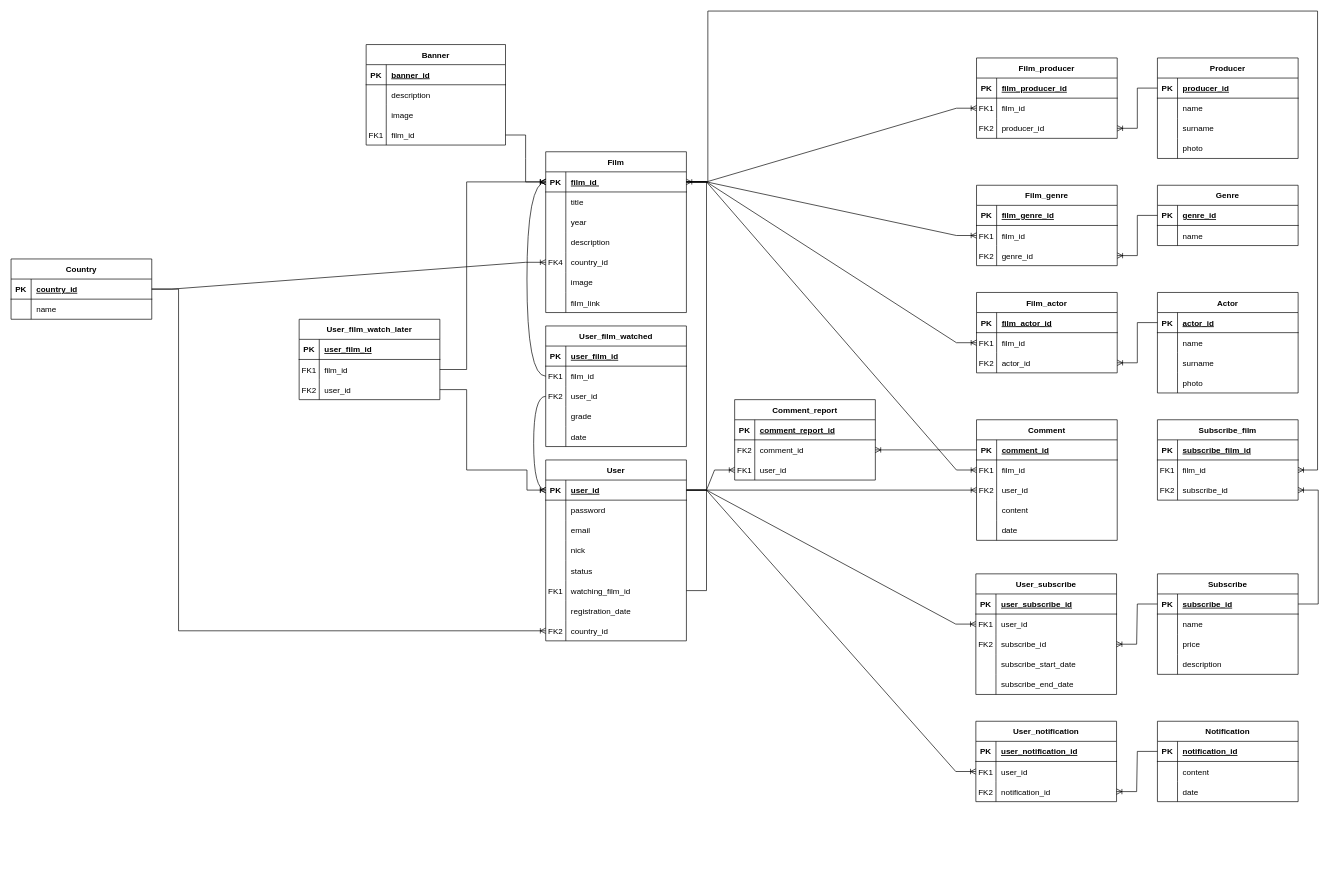
Earlier version of the draw.io diagram Docs/Database/er-model.drawio (flayexz/TimMovie). Source tidied: cells renumbered, new cells numbered last; positions are measured from the earlier drawing's top-left corner, leaving out a move shared by most shapes. Both pictures are drawn from the tidied source at 67%, with x=0, y=0 at pixel (11, 11).
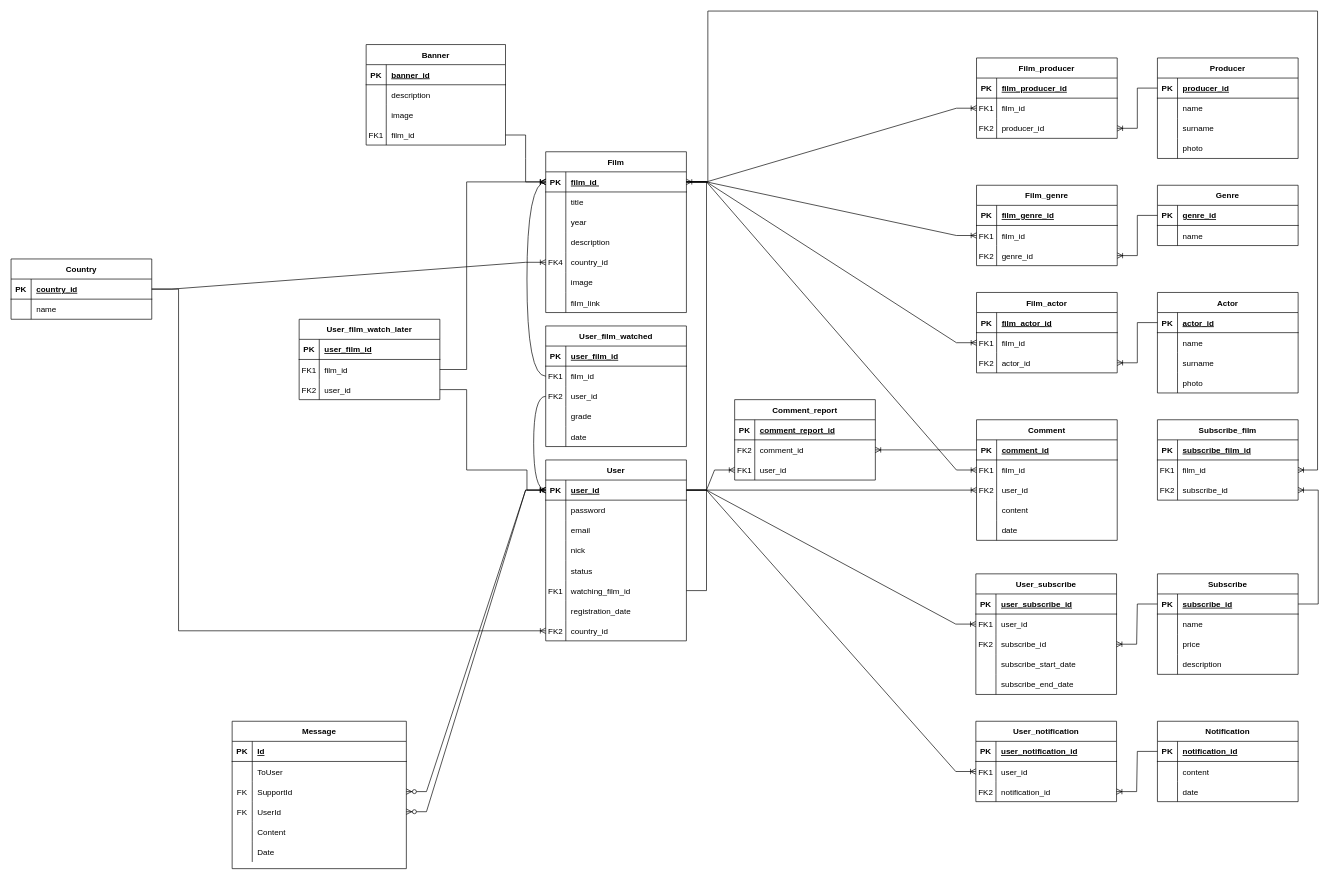
After the change.

Unchanged cells that the change refers to:
```xml
<mxCell id="3" style="shape=partialRectangle;fillColor=none;points=[[0,0.5],[1,0.5]];portConstraint=eastwest;top=0;left=0;right=0;bottom=1;" parent="2" vertex="1">
  <mxGeometry y="30" width="210" height="30" as="geometry" />
</mxCell>
```

What changed in the source:
```diff
@@
+    <mxCell id="267" value="Message" style="shape=table;startSize=30;childLayout=tableLayout;rowLines=0;fontStyle=1;align=center;" parent="1" vertex="1">
+      <mxGeometry x="330" y="1060" width="260" height="220" as="geometry" />
+    </mxCell>
+    <mxCell id="268" style="shape=partialRectangle;fillColor=none;top=0;left=0;bottom=1;right=0;" parent="267" vertex="1">
+      <mxGeometry y="30" width="260" height="30" as="geometry" />
+    </mxCell>
+    <mxCell id="269" value="PK" style="shape=partialRectangle;fillColor=none;top=0;left=0;bottom=0;right=0;fontStyle=1;overflow=hidden;" parent="268" vertex="1">
+      <mxGeometry width="30" height="30" as="geometry" />
+    </mxCell>
+    <mxCell id="270" value="Id" style="shape=partialRectangle;fillColor=none;top=0;left=0;bottom=0;right=0;align=left;spacingLeft=6;fontStyle=5;overflow=hidden;" parent="268" vertex="1">
+      <mxGeometry x="30" width="230" height="30" as="geometry" />
+    </mxCell>
+    <mxCell id="271" style="shape=partialRectangle;fillColor=none;top=0;left=0;bottom=0;right=0;" parent="267" vertex="1">
+      <mxGeometry y="60" width="260" height="30" as="geometry" />
+    </mxCell>
+    <mxCell id="272" style="shape=partialRectangle;fillColor=none;top=0;left=0;bottom=0;right=0;overflow=hidden;" parent="271" vertex="1">
+      <mxGeometry width="30" height="30" as="geometry" />
+    </mxCell>
+    <mxCell id="273" value="ToUser" style="shape=partialRectangle;fillColor=none;top=0;left=0;bottom=0;right=0;align=left;spacingLeft=6;overflow=hidden;" parent="271" vertex="1">
+      <mxGeometry x="30" width="230" height="30" as="geometry" />
+    </mxCell>
+    <mxCell id="274" style="shape=partialRectangle;fillColor=none;top=0;left=0;bottom=0;right=0;points=[[0,0.5],[1,0.5]];portConstraint=eastwest;" parent="267" vertex="1">
+      <mxGeometry y="90" width="260" height="30" as="geometry" />
+    </mxCell>
+    <mxCell id="275" value="FK" style="shape=partialRectangle;fillColor=none;top=0;left=0;bottom=0;right=0;overflow=hidden;" parent="274" vertex="1">
+      <mxGeometry width="30" height="30" as="geometry" />
+    </mxCell>
+    <mxCell id="276" value="SupportId" style="shape=partialRectangle;fillColor=none;top=0;left=0;bottom=0;right=0;align=left;spacingLeft=6;overflow=hidden;" parent="274" vertex="1">
+      <mxGeometry x="30" width="230" height="30" as="geometry" />
+    </mxCell>
+    <mxCell id="277" style="shape=partialRectangle;fillColor=none;top=0;left=0;bottom=0;right=0;points=[[0,0.5],[1,0.5]];portConstraint=eastwest;" parent="267" vertex="1">
+      <mxGeometry y="120" width="260" height="30" as="geometry" />
+    </mxCell>
+    <mxCell id="278" value="FK" style="shape=partialRectangle;fillColor=none;top=0;left=0;bottom=0;right=0;overflow=hidden;" parent="277" vertex="1">
+      <mxGeometry width="30" height="30" as="geometry" />
+    </mxCell>
+    <mxCell id="279" value="UserId" style="shape=partialRectangle;fillColor=none;top=0;left=0;bottom=0;right=0;align=left;spacingLeft=6;overflow=hidden;" parent="277" vertex="1">
+      <mxGeometry x="30" width="230" height="30" as="geometry" />
+    </mxCell>
+    <mxCell id="280" style="shape=partialRectangle;fillColor=none;top=0;left=0;bottom=0;right=0;" parent="267" vertex="1">
+      <mxGeometry y="150" width="260" height="30" as="geometry" />
+    </mxCell>
+    <mxCell id="281" style="shape=partialRectangle;fillColor=none;top=0;left=0;bottom=0;right=0;overflow=hidden;" parent="280" vertex="1">
+      <mxGeometry width="30" height="30" as="geometry" />
+    </mxCell>
+    <mxCell id="282" value="Content" style="shape=partialRectangle;fillColor=none;top=0;left=0;bottom=0;right=0;align=left;spacingLeft=6;overflow=hidden;" parent="280" vertex="1">
+      <mxGeometry x="30" width="230" height="30" as="geometry" />
+    </mxCell>
+    <mxCell id="283" style="shape=partialRectangle;fillColor=none;top=0;left=0;bottom=0;right=0;" parent="267" vertex="1">
+      <mxGeometry y="180" width="260" height="30" as="geometry" />
+    </mxCell>
+    <mxCell id="284" style="shape=partialRectangle;fillColor=none;top=0;left=0;bottom=0;right=0;overflow=hidden;" parent="283" vertex="1">
+      <mxGeometry width="30" height="30" as="geometry" />
+    </mxCell>
+    <mxCell id="285" value="Date" style="shape=partialRectangle;fillColor=none;top=0;left=0;bottom=0;right=0;align=left;spacingLeft=6;overflow=hidden;" parent="283" vertex="1">
+      <mxGeometry x="30" width="230" height="30" as="geometry" />
+    </mxCell>
+    <mxCell id="286" style="edgeStyle=entityRelationEdgeStyle;fontSize=12;html=1;endArrow=ERoneToMany;startArrow=ERzeroToMany;rounded=0;entryX=0;entryY=0.5;entryDx=0;entryDy=0;exitX=1;exitY=0.5;exitDx=0;exitDy=0;" parent="1" edge="1" source="274" target="3">
+      <mxGeometry relative="1" as="geometry" />
+    </mxCell>
+    <mxCell id="287" style="edgeStyle=entityRelationEdgeStyle;fontSize=12;html=1;endArrow=ERzeroToMany;startArrow=ERmandOne;rounded=0;entryX=1;entryY=0.5;entryDx=0;entryDy=0;exitX=0;exitY=0.5;exitDx=0;exitDy=0;" parent="1" edge="1" source="3" target="277">
+      <mxGeometry relative="1" as="geometry" />
+    </mxCell>
```
